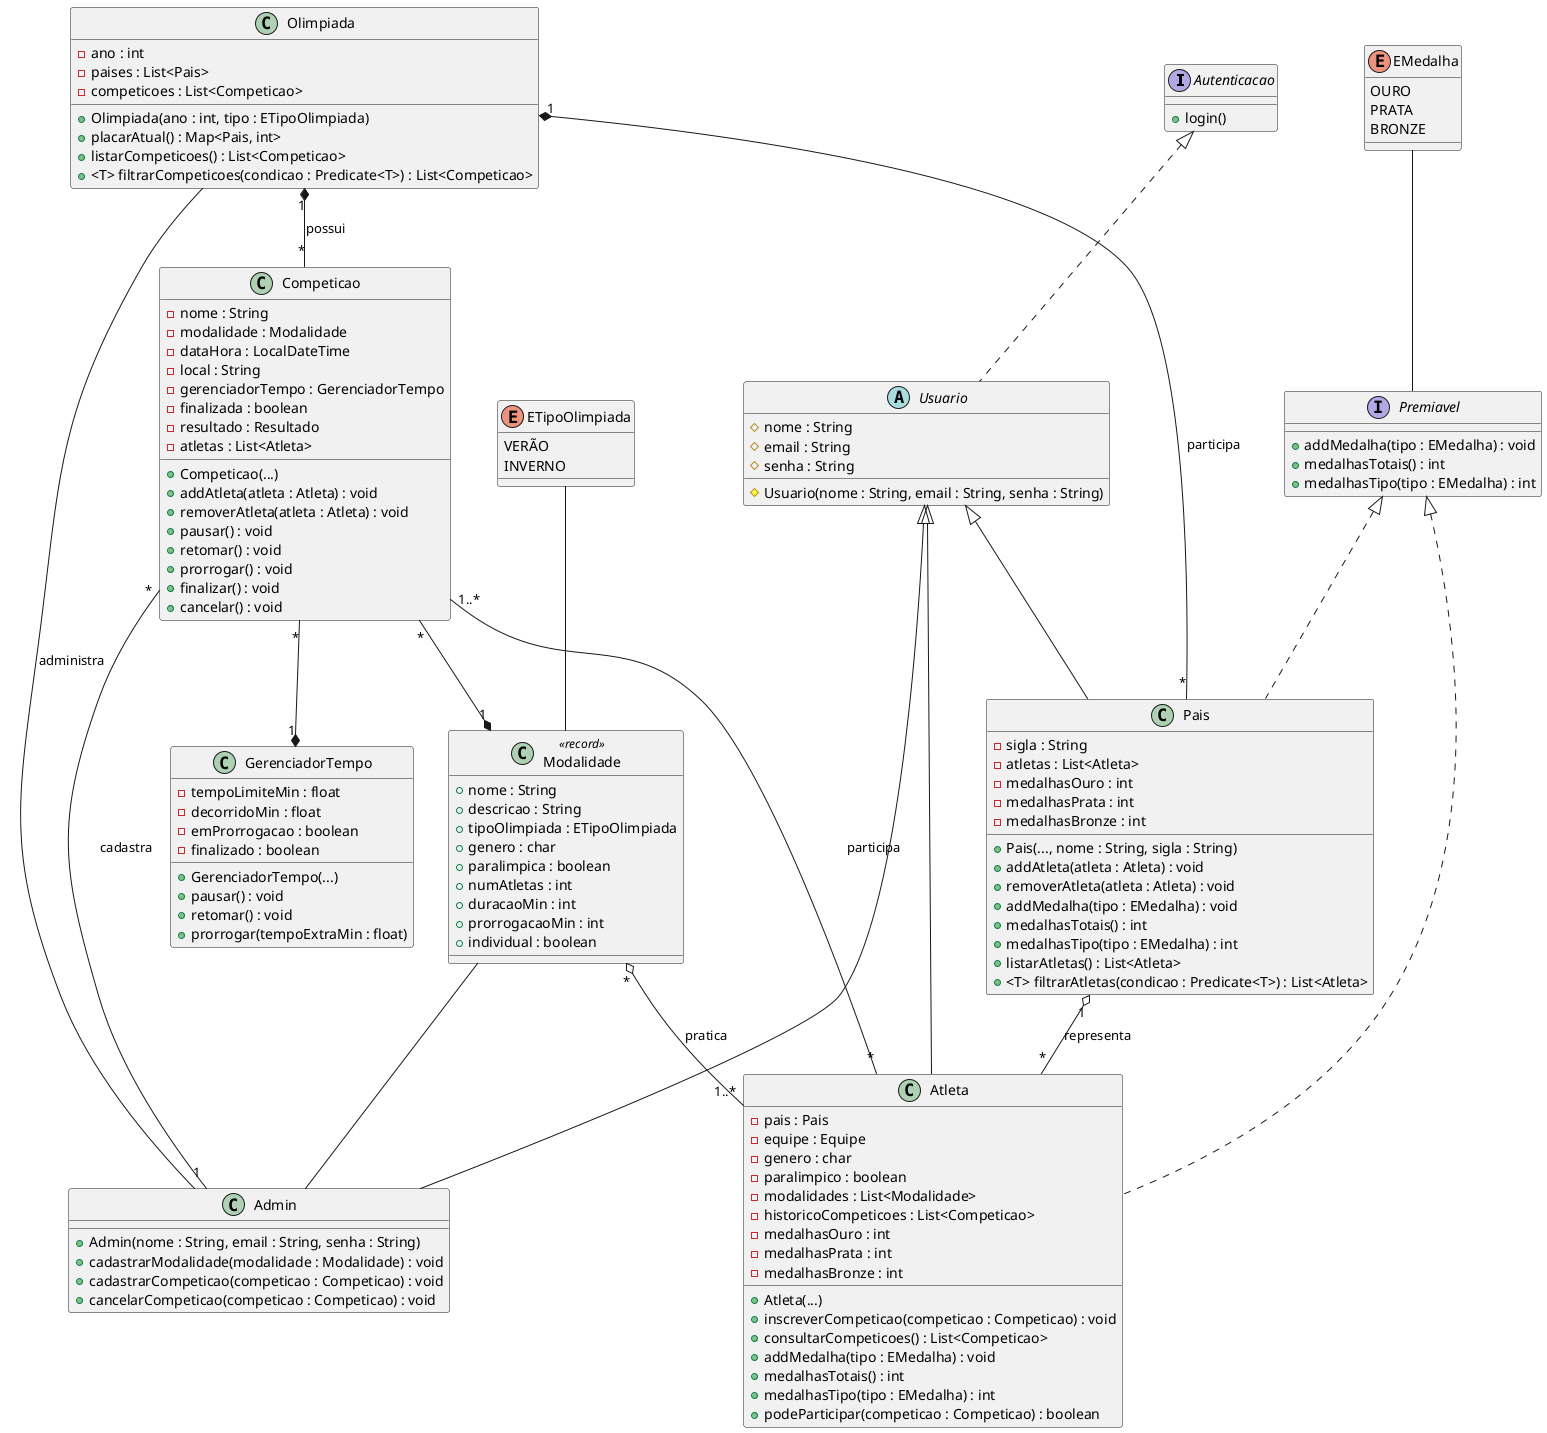
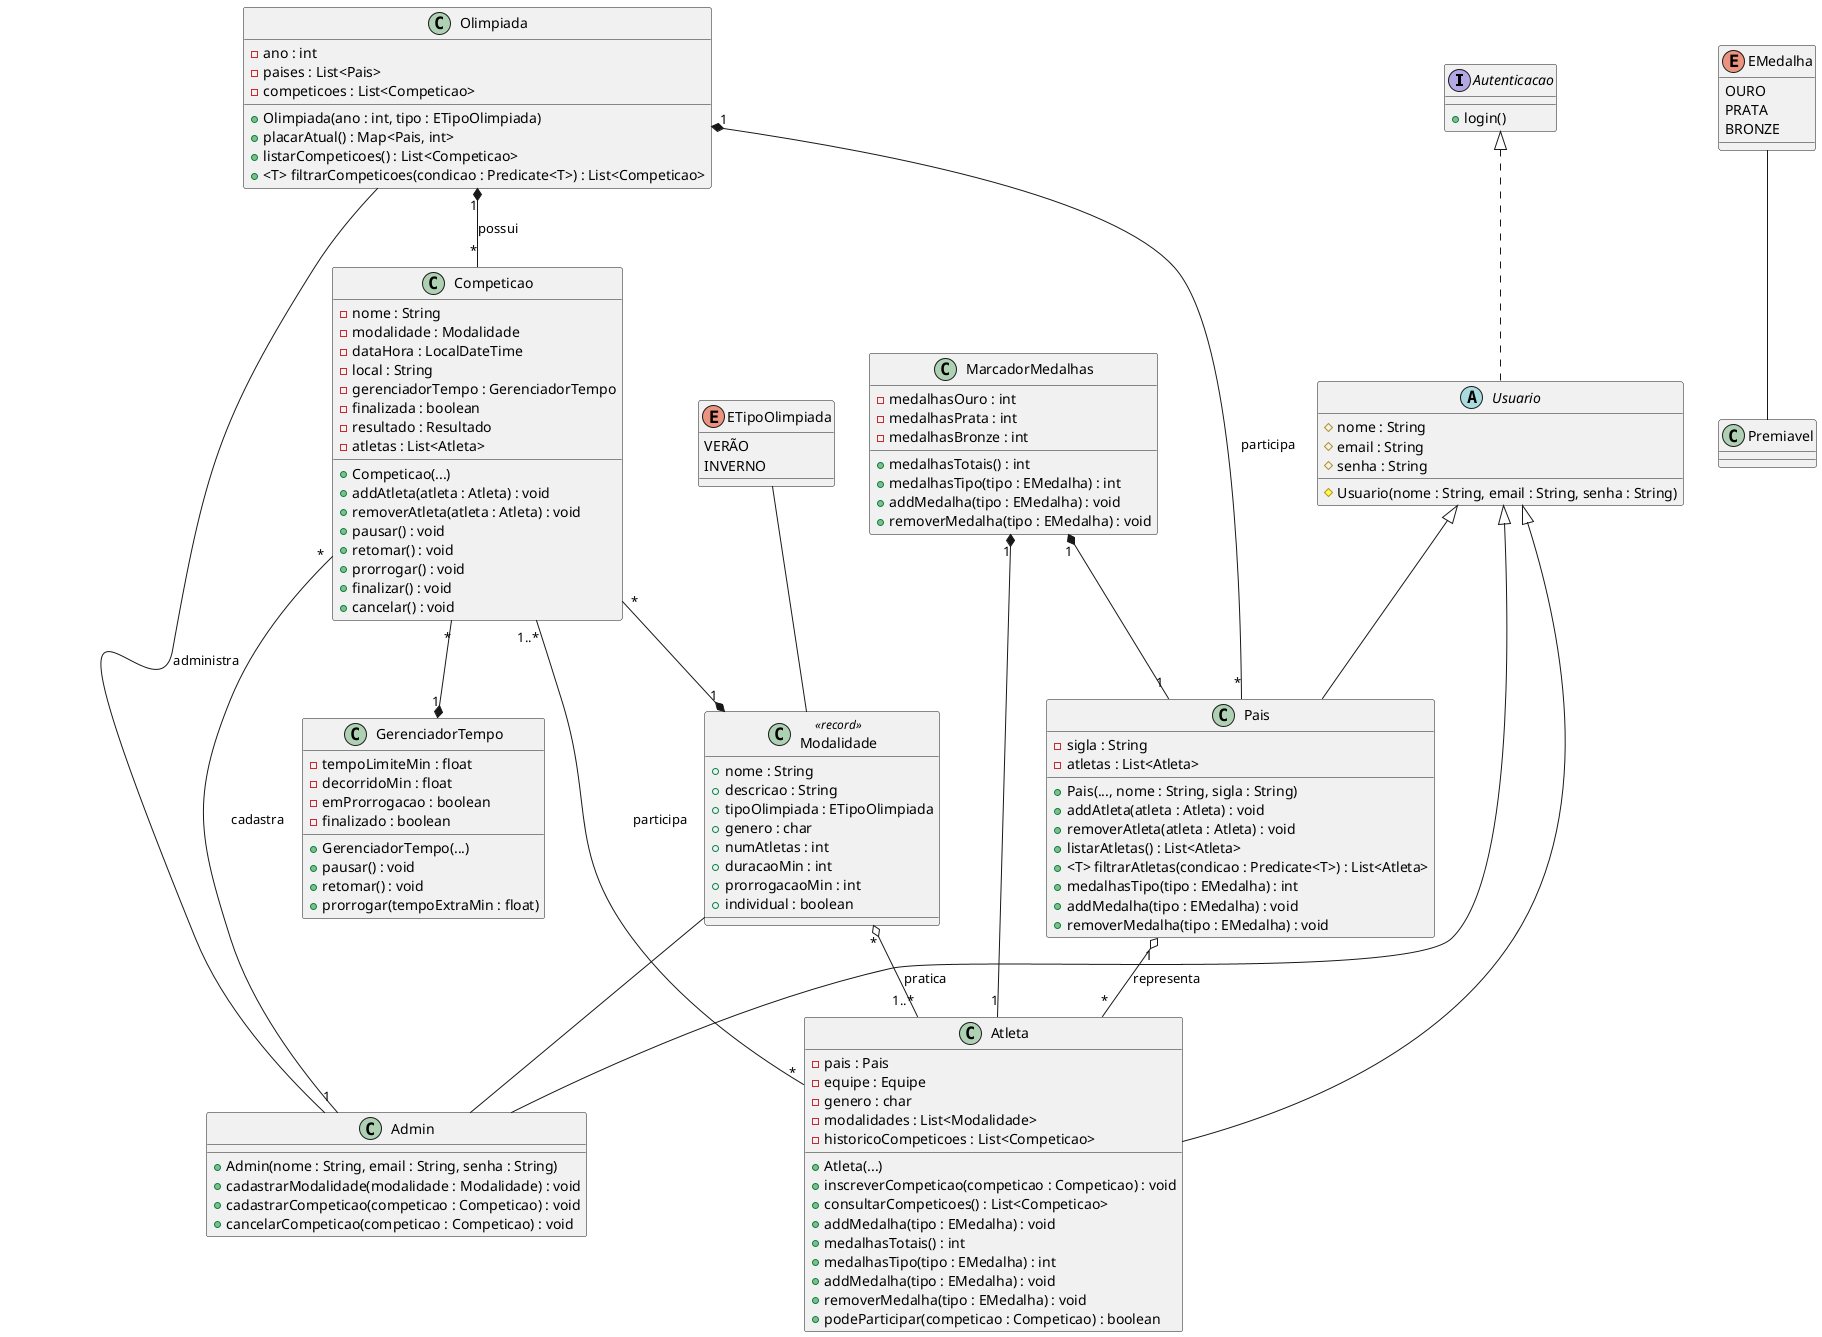
@startuml diagrama-classe
interface Autenticacao {
    + login()
}
Autenticacao <|.. Usuario

abstract class Usuario {
    # nome : String
    # email : String
    # senha : String
    # Usuario(nome : String, email : String, senha : String)
}

class Admin {
    + Admin(nome : String, email : String, senha : String)
    + cadastrarModalidade(modalidade : Modalidade) : void
    + cadastrarCompeticao(competicao : Competicao) : void
    + cancelarCompeticao(competicao : Competicao) : void
}
Usuario <|-- Admin

- interface Premiavel {
-     + addMedalha(tipo : EMedalha) : void
+ class MarcadorMedalhas {
+     - medalhasOuro : int
+     - medalhasPrata : int
+     - medalhasBronze : int
    + medalhasTotais() : int
    + medalhasTipo(tipo : EMedalha) : int
+     + addMedalha(tipo : EMedalha) : void
+     + removerMedalha(tipo : EMedalha) : void
}
- Premiavel <|.. Pais
- Premiavel <|.. Atleta
+ MarcadorMedalhas "1" *-- "1" Pais
+ MarcadorMedalhas "1" *-- "1" Atleta

class Pais {
    - sigla : String
    - atletas : List<Atleta>
-     - medalhasOuro : int
-     - medalhasPrata : int
-     - medalhasBronze : int
    + Pais(..., nome : String, sigla : String)
    + addAtleta(atleta : Atleta) : void
    + removerAtleta(atleta : Atleta) : void
-     + addMedalha(tipo : EMedalha) : void
-     + medalhasTotais() : int
-     + medalhasTipo(tipo : EMedalha) : int
    + listarAtletas() : List<Atleta>
    + <T> filtrarAtletas(condicao : Predicate<T>) : List<Atleta>
+     + medalhasTipo(tipo : EMedalha) : int
+     + addMedalha(tipo : EMedalha) : void
+     + removerMedalha(tipo : EMedalha) : void
}
Usuario <|-- Pais

class Atleta {
    - pais : Pais
    - equipe : Equipe
    - genero : char
-     - paralimpico : boolean
    - modalidades : List<Modalidade>
    - historicoCompeticoes : List<Competicao>
-     - medalhasOuro : int
-     - medalhasPrata : int
-     - medalhasBronze : int
    + Atleta(...)
    + inscreverCompeticao(competicao : Competicao) : void
    + consultarCompeticoes() : List<Competicao>
    + addMedalha(tipo : EMedalha) : void
    + medalhasTotais() : int
    + medalhasTipo(tipo : EMedalha) : int
+     + addMedalha(tipo : EMedalha) : void
+     + removerMedalha(tipo : EMedalha) : void
    + podeParticipar(competicao : Competicao) : boolean
}
Usuario <|-- Atleta
Pais "1" o-- "*" Atleta : representa

class Modalidade <<record>>{
    + nome : String
    + descricao : String
    + tipoOlimpiada : ETipoOlimpiada
    + genero : char
-     + paralimpica : boolean
    + numAtletas : int
    + duracaoMin : int
    + prorrogacaoMin : int
    + individual : boolean
}
Modalidade -- Admin
Modalidade "*" o-- "1..*" Atleta : pratica

class GerenciadorTempo {
    - tempoLimiteMin : float
    - decorridoMin : float
    - emProrrogacao : boolean
    - finalizado : boolean
    + GerenciadorTempo(...)
    + pausar() : void
    + retomar() : void
    + prorrogar(tempoExtraMin : float)
}

class Competicao {
    - nome : String
    - modalidade : Modalidade
    - dataHora : LocalDateTime
    - local : String
    - gerenciadorTempo : GerenciadorTempo
    - finalizada : boolean
    - resultado : Resultado
    - atletas : List<Atleta>
    + Competicao(...)
    + addAtleta(atleta : Atleta) : void
    + removerAtleta(atleta : Atleta) : void
    + pausar() : void
    + retomar() : void
    + prorrogar() : void
    + finalizar() : void
    + cancelar() : void
}
Competicao "*" --* "1" GerenciadorTempo
Competicao "*" --* "1" Modalidade
Competicao "*" -- "1" Admin : cadastra
Competicao "1..*" -- "*" Atleta : participa

enum EMedalha {
    OURO
    PRATA
    BRONZE
}
EMedalha -- Premiavel

class Olimpiada {
    - ano : int
    - paises : List<Pais>
    - competicoes : List<Competicao>
    + Olimpiada(ano : int, tipo : ETipoOlimpiada)
    + placarAtual() : Map<Pais, int>
    + listarCompeticoes() : List<Competicao>
    + <T> filtrarCompeticoes(condicao : Predicate<T>) : List<Competicao>
}
Olimpiada "1" *-- "*" Pais : participa
Olimpiada "1" *-- "*" Competicao : possui
Olimpiada -- Admin : administra

enum ETipoOlimpiada {
    VERÃO
    INVERNO
}
ETipoOlimpiada -- Modalidade

@enduml